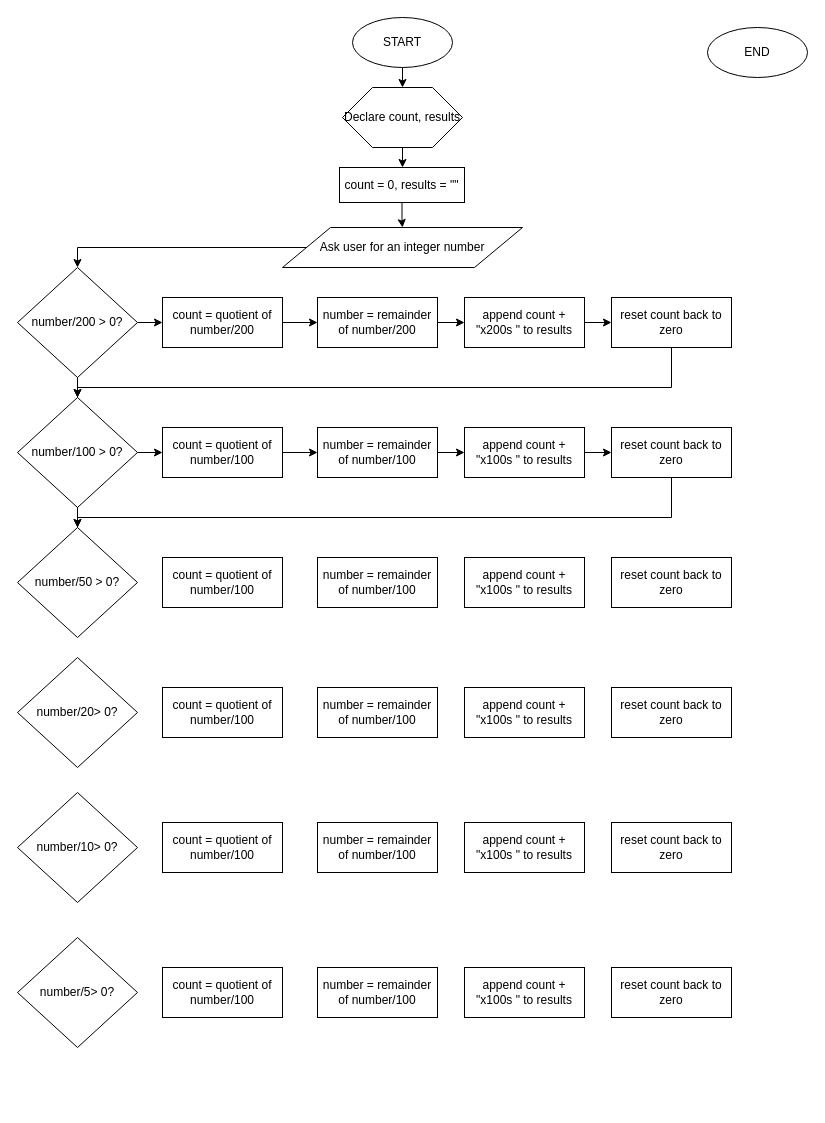
jestoy0514/JestoyProjects keeps this draw.io diagram as Untitled Diagram.drawio. Above is the earlier version. Source tidied: cells renumbered, new cells numbered last; positions are measured from the earlier drawing's top-left corner, leaving out a move shared by most shapes. Both pictures are drawn from the tidied source at 100%, with x=0, y=0 at pixel (17, 17).
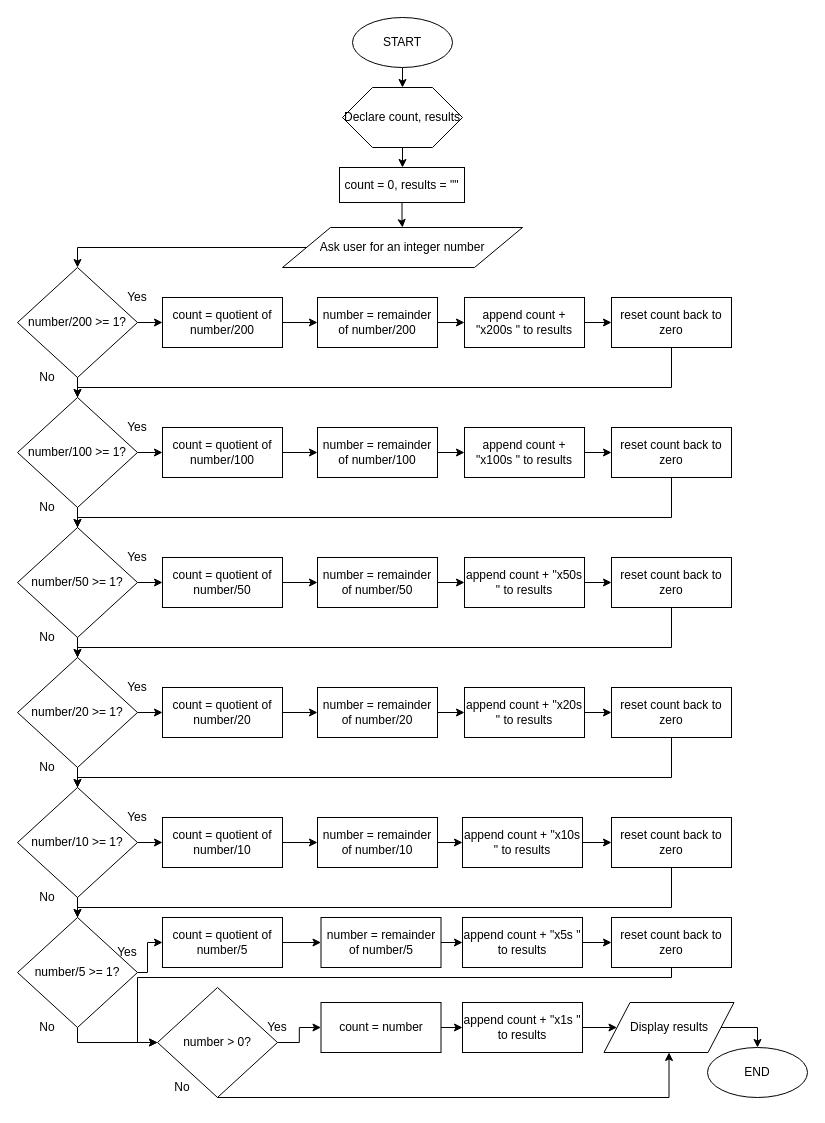
The same diagram, later.

The change refers to these unchanged cells:
```xml
<mxCell id="40" value="reset count back to zero" style="rounded=0;whiteSpace=wrap;html=1;" parent="1" vertex="1">
  <mxGeometry x="594" y="540" width="120" height="50" as="geometry" />
</mxCell>
<mxCell id="44" value="reset count back to zero" style="rounded=0;whiteSpace=wrap;html=1;" parent="1" vertex="1">
  <mxGeometry x="594" y="670" width="120" height="50" as="geometry" />
</mxCell>
```

The edit, as a diff of the source:
```diff
@@
     <mxCell id="4" value="END" style="ellipse;whiteSpace=wrap;html=1;" parent="1" vertex="1">
-      <mxGeometry x="690" y="10" width="100" height="50" as="geometry" />
+      <mxGeometry x="690" y="1030" width="100" height="50" as="geometry" />
     </mxCell>
@@
-    <mxCell id="13" value="number/200 &amp;gt; 0?" style="rhombus;whiteSpace=wrap;html=1;" parent="1" vertex="1">
+    <mxCell id="13" value="number/200 &amp;gt;= 1?" style="rhombus;whiteSpace=wrap;html=1;" parent="1" vertex="1">
       <mxGeometry y="250" width="120" height="110" as="geometry" />
     </mxCell>
@@
-    <mxCell id="16" value="number/100 &amp;gt; 0?" style="rhombus;whiteSpace=wrap;html=1;" parent="1" vertex="1">
+    <mxCell id="16" value="number/100 &amp;gt;= 1?" style="rhombus;whiteSpace=wrap;html=1;" parent="1" vertex="1">
       <mxGeometry y="380" width="120" height="110" as="geometry" />
     </mxCell>
+    <mxCell id="53" style="edgeStyle=orthogonalEdgeStyle;rounded=0;jettySize=auto;html=1;entryX=0.5;entryY=0;entryDx=0;entryDy=0;" parent="1" edge="1" source="17" target="18">
+      <mxGeometry relative="1" as="geometry" />
+    </mxCell>
+    <mxCell id="54" style="edgeStyle=orthogonalEdgeStyle;rounded=0;jettySize=auto;html=1;entryX=0;entryY=0.5;entryDx=0;entryDy=0;" parent="1" edge="1" source="17" target="37">
+      <mxGeometry relative="1" as="geometry" />
+    </mxCell>
-    <mxCell id="17" value="number/50 &amp;gt; 0?" style="rhombus;whiteSpace=wrap;html=1;" parent="1" vertex="1">
+    <mxCell id="17" value="number/50 &amp;gt;= 1?" style="rhombus;whiteSpace=wrap;html=1;" parent="1" vertex="1">
       <mxGeometry y="510" width="120" height="110" as="geometry" />
     </mxCell>
+    <mxCell id="55" style="edgeStyle=orthogonalEdgeStyle;rounded=0;jettySize=auto;html=1;entryX=0.5;entryY=0;entryDx=0;entryDy=0;" parent="1" edge="1" source="18" target="19">
+      <mxGeometry relative="1" as="geometry" />
+    </mxCell>
+    <mxCell id="56" style="edgeStyle=orthogonalEdgeStyle;rounded=0;jettySize=auto;html=1;entryX=0;entryY=0.5;entryDx=0;entryDy=0;" parent="1" edge="1" source="18" target="41">
+      <mxGeometry relative="1" as="geometry" />
+    </mxCell>
-    <mxCell id="18" value="number/20&amp;gt; 0?" style="rhombus;whiteSpace=wrap;html=1;" parent="1" vertex="1">
+    <mxCell id="18" value="number/20 &amp;gt;= 1?" style="rhombus;whiteSpace=wrap;html=1;" parent="1" vertex="1">
       <mxGeometry y="640" width="120" height="110" as="geometry" />
     </mxCell>
+    <mxCell id="57" style="edgeStyle=orthogonalEdgeStyle;rounded=0;jettySize=auto;html=1;entryX=0;entryY=0.5;entryDx=0;entryDy=0;" parent="1" edge="1" source="19" target="45">
+      <mxGeometry relative="1" as="geometry" />
+    </mxCell>
+    <mxCell id="58" style="edgeStyle=orthogonalEdgeStyle;rounded=0;jettySize=auto;html=1;entryX=0.5;entryY=0;entryDx=0;entryDy=0;" parent="1" edge="1" source="19" target="20">
+      <mxGeometry relative="1" as="geometry" />
+    </mxCell>
-    <mxCell id="19" value="number/10&amp;gt; 0?" style="rhombus;whiteSpace=wrap;html=1;" parent="1" vertex="1">
-      <mxGeometry y="775" width="120" height="110" as="geometry" />
+    <mxCell id="19" value="number/10 &amp;gt;= 1?" style="rhombus;whiteSpace=wrap;html=1;" parent="1" vertex="1">
+      <mxGeometry y="770" width="120" height="110" as="geometry" />
     </mxCell>
+    <mxCell id="59" style="edgeStyle=orthogonalEdgeStyle;rounded=0;jettySize=auto;html=1;entryX=0;entryY=0.5;entryDx=0;entryDy=0;" parent="1" edge="1" source="20" target="49">
+      <mxGeometry relative="1" as="geometry">
+        <Array as="points">
+          <mxPoint x="130" y="955" />
+          <mxPoint x="130" y="925" />
+        </Array>
+      </mxGeometry>
+    </mxCell>
+    <mxCell id="60" style="edgeStyle=orthogonalEdgeStyle;rounded=0;jettySize=auto;html=1;entryX=0;entryY=0.5;entryDx=0;entryDy=0;" parent="1" edge="1" source="20" target="85">
+      <mxGeometry relative="1" as="geometry">
+        <Array as="points">
+          <mxPoint x="60" y="1025" />
+        </Array>
+      </mxGeometry>
+    </mxCell>
-    <mxCell id="20" value="number/5&amp;gt; 0?" style="rhombus;whiteSpace=wrap;html=1;" parent="1" vertex="1">
-      <mxGeometry y="920" width="120" height="110" as="geometry" />
+    <mxCell id="20" value="number/5 &amp;gt;= 1?" style="rhombus;whiteSpace=wrap;html=1;" parent="1" vertex="1">
+      <mxGeometry y="900" width="120" height="110" as="geometry" />
     </mxCell>
@@
+    <mxCell id="61" style="edgeStyle=orthogonalEdgeStyle;rounded=0;jettySize=auto;html=1;entryX=0;entryY=0.5;entryDx=0;entryDy=0;" parent="1" edge="1" source="37" target="38">
+      <mxGeometry relative="1" as="geometry" />
+    </mxCell>
-    <mxCell id="37" value="count = quotient of number/100" style="rounded=0;whiteSpace=wrap;html=1;" parent="1" vertex="1">
+    <mxCell id="37" value="count = quotient of number/50" style="rounded=0;whiteSpace=wrap;html=1;" parent="1" vertex="1">
       <mxGeometry x="145" y="540" width="120" height="50" as="geometry" />
     </mxCell>
+    <mxCell id="62" style="edgeStyle=orthogonalEdgeStyle;rounded=0;jettySize=auto;html=1;entryX=0;entryY=0.5;entryDx=0;entryDy=0;" parent="1" edge="1" source="38" target="39">
+      <mxGeometry relative="1" as="geometry" />
+    </mxCell>
-    <mxCell id="38" value="number = remainder of number/100" style="rounded=0;whiteSpace=wrap;html=1;" parent="1" vertex="1">
+    <mxCell id="38" value="number = remainder of number/50" style="rounded=0;whiteSpace=wrap;html=1;" parent="1" vertex="1">
       <mxGeometry x="300" y="540" width="120" height="50" as="geometry" />
     </mxCell>
+    <mxCell id="63" style="edgeStyle=orthogonalEdgeStyle;rounded=0;jettySize=auto;html=1;entryX=0;entryY=0.5;entryDx=0;entryDy=0;" parent="1" edge="1" source="39" target="40">
+      <mxGeometry relative="1" as="geometry" />
+    </mxCell>
-    <mxCell id="39" value="append count + &quot;x100s &quot; to results" style="rounded=0;whiteSpace=wrap;html=1;" parent="1" vertex="1">
+    <mxCell id="39" value="append count + &quot;x50s &quot; to results" style="rounded=0;whiteSpace=wrap;html=1;" parent="1" vertex="1">
       <mxGeometry x="447" y="540" width="120" height="50" as="geometry" />
     </mxCell>
+    <mxCell id="64" style="edgeStyle=orthogonalEdgeStyle;rounded=0;jettySize=auto;html=1;" parent="1" edge="1" source="40" target="18">
+      <mxGeometry relative="1" as="geometry">
+        <Array as="points">
+          <mxPoint x="654" y="630" />
+          <mxPoint x="60" y="630" />
+        </Array>
+      </mxGeometry>
+    </mxCell>
@@
+    <mxCell id="65" style="edgeStyle=orthogonalEdgeStyle;rounded=0;jettySize=auto;html=1;entryX=0;entryY=0.5;entryDx=0;entryDy=0;" parent="1" edge="1" source="41" target="42">
+      <mxGeometry relative="1" as="geometry" />
+    </mxCell>
-    <mxCell id="41" value="count = quotient of number/100" style="rounded=0;whiteSpace=wrap;html=1;" parent="1" vertex="1">
+    <mxCell id="41" value="count = quotient of number/20" style="rounded=0;whiteSpace=wrap;html=1;" parent="1" vertex="1">
       <mxGeometry x="145" y="670" width="120" height="50" as="geometry" />
     </mxCell>
+    <mxCell id="66" style="edgeStyle=orthogonalEdgeStyle;rounded=0;jettySize=auto;html=1;entryX=0;entryY=0.5;entryDx=0;entryDy=0;" parent="1" edge="1" source="42" target="43">
+      <mxGeometry relative="1" as="geometry" />
+    </mxCell>
-    <mxCell id="42" value="number = remainder of number/100" style="rounded=0;whiteSpace=wrap;html=1;" parent="1" vertex="1">
+    <mxCell id="42" value="number = remainder of number/20" style="rounded=0;whiteSpace=wrap;html=1;" parent="1" vertex="1">
       <mxGeometry x="300" y="670" width="120" height="50" as="geometry" />
     </mxCell>
+    <mxCell id="67" style="edgeStyle=orthogonalEdgeStyle;rounded=0;jettySize=auto;html=1;entryX=0;entryY=0.5;entryDx=0;entryDy=0;" parent="1" edge="1" source="43" target="44">
+      <mxGeometry relative="1" as="geometry" />
+    </mxCell>
-    <mxCell id="43" value="append count + &quot;x100s &quot; to results" style="rounded=0;whiteSpace=wrap;html=1;" parent="1" vertex="1">
+    <mxCell id="43" value="append count + &quot;x20s &quot; to results" style="rounded=0;whiteSpace=wrap;html=1;" parent="1" vertex="1">
       <mxGeometry x="447" y="670" width="120" height="50" as="geometry" />
     </mxCell>
+    <mxCell id="68" style="edgeStyle=orthogonalEdgeStyle;rounded=0;jettySize=auto;html=1;entryX=0.5;entryY=0;entryDx=0;entryDy=0;" parent="1" edge="1" source="44" target="19">
+      <mxGeometry relative="1" as="geometry">
+        <Array as="points">
+          <mxPoint x="654" y="760" />
+          <mxPoint x="60" y="760" />
+        </Array>
+      </mxGeometry>
+    </mxCell>
@@
+    <mxCell id="69" style="edgeStyle=orthogonalEdgeStyle;rounded=0;jettySize=auto;html=1;entryX=0;entryY=0.5;entryDx=0;entryDy=0;" parent="1" edge="1" source="45" target="46">
+      <mxGeometry relative="1" as="geometry" />
+    </mxCell>
-    <mxCell id="45" value="count = quotient of number/100" style="rounded=0;whiteSpace=wrap;html=1;" parent="1" vertex="1">
-      <mxGeometry x="145" y="805" width="120" height="50" as="geometry" />
+    <mxCell id="45" value="count = quotient of number/10" style="rounded=0;whiteSpace=wrap;html=1;" parent="1" vertex="1">
+      <mxGeometry x="145" y="800" width="120" height="50" as="geometry" />
     </mxCell>
+    <mxCell id="70" style="edgeStyle=orthogonalEdgeStyle;rounded=0;jettySize=auto;html=1;entryX=0;entryY=0.5;entryDx=0;entryDy=0;" parent="1" edge="1" source="46" target="47">
+      <mxGeometry relative="1" as="geometry" />
+    </mxCell>
-    <mxCell id="46" value="number = remainder of number/100" style="rounded=0;whiteSpace=wrap;html=1;" parent="1" vertex="1">
-      <mxGeometry x="300" y="805" width="120" height="50" as="geometry" />
+    <mxCell id="46" value="number = remainder of number/10" style="rounded=0;whiteSpace=wrap;html=1;" parent="1" vertex="1">
+      <mxGeometry x="300" y="800" width="120" height="50" as="geometry" />
     </mxCell>
+    <mxCell id="71" style="edgeStyle=orthogonalEdgeStyle;rounded=0;jettySize=auto;html=1;entryX=0;entryY=0.5;entryDx=0;entryDy=0;" parent="1" edge="1" source="47" target="48">
+      <mxGeometry relative="1" as="geometry" />
+    </mxCell>
-    <mxCell id="47" value="append count + &quot;x100s &quot; to results" style="rounded=0;whiteSpace=wrap;html=1;" parent="1" vertex="1">
-      <mxGeometry x="447" y="805" width="120" height="50" as="geometry" />
+    <mxCell id="47" value="append count + &quot;x10s &quot; to results" style="rounded=0;whiteSpace=wrap;html=1;" parent="1" vertex="1">
+      <mxGeometry x="445" y="800" width="120" height="50" as="geometry" />
     </mxCell>
+    <mxCell id="72" style="edgeStyle=orthogonalEdgeStyle;rounded=0;jettySize=auto;html=1;entryX=0.5;entryY=0;entryDx=0;entryDy=0;" parent="1" edge="1" source="48" target="20">
+      <mxGeometry relative="1" as="geometry">
+        <Array as="points">
+          <mxPoint x="654" y="890" />
+          <mxPoint x="60" y="890" />
+        </Array>
+      </mxGeometry>
+    </mxCell>
     <mxCell id="48" value="reset count back to zero" style="rounded=0;whiteSpace=wrap;html=1;" parent="1" vertex="1">
-      <mxGeometry x="594" y="805" width="120" height="50" as="geometry" />
+      <mxGeometry x="594" y="800" width="120" height="50" as="geometry" />
     </mxCell>
+    <mxCell id="73" style="edgeStyle=orthogonalEdgeStyle;rounded=0;jettySize=auto;html=1;entryX=0;entryY=0.5;entryDx=0;entryDy=0;" parent="1" edge="1" source="49" target="50">
+      <mxGeometry relative="1" as="geometry" />
+    </mxCell>
-    <mxCell id="49" value="count = quotient of number/100" style="rounded=0;whiteSpace=wrap;html=1;" parent="1" vertex="1">
-      <mxGeometry x="145" y="950" width="120" height="50" as="geometry" />
+    <mxCell id="49" value="count = quotient of number/5" style="rounded=0;whiteSpace=wrap;html=1;" parent="1" vertex="1">
+      <mxGeometry x="145" y="900" width="120" height="50" as="geometry" />
     </mxCell>
+    <mxCell id="74" style="edgeStyle=orthogonalEdgeStyle;rounded=0;jettySize=auto;html=1;entryX=0;entryY=0.5;entryDx=0;entryDy=0;" parent="1" edge="1" source="50" target="51">
+      <mxGeometry relative="1" as="geometry" />
+    </mxCell>
-    <mxCell id="50" value="number = remainder of number/100" style="rounded=0;whiteSpace=wrap;html=1;" parent="1" vertex="1">
-      <mxGeometry x="300" y="950" width="120" height="50" as="geometry" />
+    <mxCell id="50" value="number = remainder of number/5" style="rounded=0;whiteSpace=wrap;html=1;" parent="1" vertex="1">
+      <mxGeometry x="303.5" y="900" width="120" height="50" as="geometry" />
     </mxCell>
+    <mxCell id="75" style="edgeStyle=orthogonalEdgeStyle;rounded=0;jettySize=auto;html=1;" parent="1" edge="1" source="51" target="52">
+      <mxGeometry relative="1" as="geometry" />
+    </mxCell>
-    <mxCell id="51" value="append count + &quot;x100s &quot; to results" style="rounded=0;whiteSpace=wrap;html=1;" parent="1" vertex="1">
-      <mxGeometry x="447" y="950" width="120" height="50" as="geometry" />
+    <mxCell id="51" value="append count + &quot;x5s &quot; to results" style="rounded=0;whiteSpace=wrap;html=1;" parent="1" vertex="1">
+      <mxGeometry x="445" y="900" width="120" height="50" as="geometry" />
     </mxCell>
+    <mxCell id="76" style="edgeStyle=orthogonalEdgeStyle;rounded=0;jettySize=auto;html=1;entryX=0;entryY=0.5;entryDx=0;entryDy=0;" parent="1" edge="1" source="52" target="85">
+      <mxGeometry relative="1" as="geometry">
+        <Array as="points">
+          <mxPoint x="654" y="960" />
+          <mxPoint x="120" y="960" />
+          <mxPoint x="120" y="1025" />
+        </Array>
+      </mxGeometry>
+    </mxCell>
     <mxCell id="52" value="reset count back to zero" style="rounded=0;whiteSpace=wrap;html=1;" parent="1" vertex="1">
-      <mxGeometry x="594" y="950" width="120" height="50" as="geometry" />
+      <mxGeometry x="594" y="900" width="120" height="50" as="geometry" />
     </mxCell>
+    <mxCell id="77" style="edgeStyle=orthogonalEdgeStyle;rounded=0;jettySize=auto;html=1;" parent="1" edge="1" source="78" target="80">
+      <mxGeometry relative="1" as="geometry" />
+    </mxCell>
+    <mxCell id="78" value="count = number" style="rounded=0;whiteSpace=wrap;html=1;" parent="1" vertex="1">
+      <mxGeometry x="303.5" y="985" width="120" height="50" as="geometry" />
+    </mxCell>
+    <mxCell id="79" style="edgeStyle=orthogonalEdgeStyle;rounded=0;jettySize=auto;html=1;entryX=0;entryY=0.5;entryDx=0;entryDy=0;" parent="1" edge="1" source="80" target="82">
+      <mxGeometry relative="1" as="geometry" />
+    </mxCell>
+    <mxCell id="80" value="append count + &quot;x1s &quot; to results" style="rounded=0;whiteSpace=wrap;html=1;" parent="1" vertex="1">
+      <mxGeometry x="445" y="985" width="120" height="50" as="geometry" />
+    </mxCell>
+    <mxCell id="81" style="edgeStyle=orthogonalEdgeStyle;rounded=0;jettySize=auto;html=1;entryX=0.5;entryY=0;entryDx=0;entryDy=0;" parent="1" edge="1" source="82" target="4">
+      <mxGeometry relative="1" as="geometry">
+        <Array as="points">
+          <mxPoint x="740" y="1010" />
+        </Array>
+      </mxGeometry>
+    </mxCell>
+    <mxCell id="82" value="Display results" style="shape=parallelogram;perimeter=parallelogramPerimeter;whiteSpace=wrap;html=1;" parent="1" vertex="1">
+      <mxGeometry x="586.5" y="985" width="130" height="50" as="geometry" />
+    </mxCell>
+    <mxCell id="83" style="edgeStyle=orthogonalEdgeStyle;rounded=0;jettySize=auto;html=1;entryX=0;entryY=0.5;entryDx=0;entryDy=0;" parent="1" edge="1" source="85" target="78">
+      <mxGeometry relative="1" as="geometry" />
+    </mxCell>
+    <mxCell id="84" style="edgeStyle=orthogonalEdgeStyle;rounded=0;jettySize=auto;html=1;entryX=0.5;entryY=1;entryDx=0;entryDy=0;" parent="1" edge="1" source="85" target="82">
+      <mxGeometry relative="1" as="geometry">
+        <Array as="points">
+          <mxPoint x="652" y="1080" />
+        </Array>
+      </mxGeometry>
+    </mxCell>
+    <mxCell id="85" value="number &amp;gt; 0?" style="rhombus;whiteSpace=wrap;html=1;" parent="1" vertex="1">
+      <mxGeometry x="140" y="970" width="120" height="110" as="geometry" />
+    </mxCell>
+    <mxCell id="86" value="Yes" style="text;html=1;strokeColor=none;fillColor=none;align=center;verticalAlign=middle;whiteSpace=wrap;rounded=0;" parent="1" vertex="1">
+      <mxGeometry x="100" y="270" width="40" height="20" as="geometry" />
+    </mxCell>
+    <mxCell id="87" value="No" style="text;html=1;strokeColor=none;fillColor=none;align=center;verticalAlign=middle;whiteSpace=wrap;rounded=0;" parent="1" vertex="1">
+      <mxGeometry x="10" y="350" width="40" height="20" as="geometry" />
+    </mxCell>
+    <mxCell id="88" value="No" style="text;html=1;strokeColor=none;fillColor=none;align=center;verticalAlign=middle;whiteSpace=wrap;rounded=0;" parent="1" vertex="1">
+      <mxGeometry x="10" y="480" width="40" height="20" as="geometry" />
+    </mxCell>
+    <mxCell id="89" value="No" style="text;html=1;strokeColor=none;fillColor=none;align=center;verticalAlign=middle;whiteSpace=wrap;rounded=0;" parent="1" vertex="1">
+      <mxGeometry x="10" y="610" width="40" height="20" as="geometry" />
+    </mxCell>
+    <mxCell id="90" value="No" style="text;html=1;strokeColor=none;fillColor=none;align=center;verticalAlign=middle;whiteSpace=wrap;rounded=0;" parent="1" vertex="1">
+      <mxGeometry x="10" y="740" width="40" height="20" as="geometry" />
+    </mxCell>
+    <mxCell id="91" value="No" style="text;html=1;strokeColor=none;fillColor=none;align=center;verticalAlign=middle;whiteSpace=wrap;rounded=0;" parent="1" vertex="1">
+      <mxGeometry x="10" y="870" width="40" height="20" as="geometry" />
+    </mxCell>
+    <mxCell id="92" value="No" style="text;html=1;strokeColor=none;fillColor=none;align=center;verticalAlign=middle;whiteSpace=wrap;rounded=0;" parent="1" vertex="1">
+      <mxGeometry x="10" y="1000" width="40" height="20" as="geometry" />
+    </mxCell>
+    <mxCell id="93" value="No" style="text;html=1;strokeColor=none;fillColor=none;align=center;verticalAlign=middle;whiteSpace=wrap;rounded=0;" parent="1" vertex="1">
+      <mxGeometry x="145" y="1060" width="40" height="20" as="geometry" />
+    </mxCell>
+    <mxCell id="94" value="Yes" style="text;html=1;strokeColor=none;fillColor=none;align=center;verticalAlign=middle;whiteSpace=wrap;rounded=0;" parent="1" vertex="1">
+      <mxGeometry x="100" y="400" width="40" height="20" as="geometry" />
+    </mxCell>
+    <mxCell id="95" value="Yes" style="text;html=1;strokeColor=none;fillColor=none;align=center;verticalAlign=middle;whiteSpace=wrap;rounded=0;" parent="1" vertex="1">
+      <mxGeometry x="100" y="530" width="40" height="20" as="geometry" />
+    </mxCell>
+    <mxCell id="96" value="Yes" style="text;html=1;strokeColor=none;fillColor=none;align=center;verticalAlign=middle;whiteSpace=wrap;rounded=0;" parent="1" vertex="1">
+      <mxGeometry x="100" y="660" width="40" height="20" as="geometry" />
+    </mxCell>
+    <mxCell id="97" value="Yes" style="text;html=1;strokeColor=none;fillColor=none;align=center;verticalAlign=middle;whiteSpace=wrap;rounded=0;" parent="1" vertex="1">
+      <mxGeometry x="100" y="790" width="40" height="20" as="geometry" />
+    </mxCell>
+    <mxCell id="98" value="Yes" style="text;html=1;strokeColor=none;fillColor=none;align=center;verticalAlign=middle;whiteSpace=wrap;rounded=0;" parent="1" vertex="1">
+      <mxGeometry x="90" y="925" width="40" height="20" as="geometry" />
+    </mxCell>
+    <mxCell id="99" value="Yes" style="text;html=1;strokeColor=none;fillColor=none;align=center;verticalAlign=middle;whiteSpace=wrap;rounded=0;" parent="1" vertex="1">
+      <mxGeometry x="240" y="1000" width="40" height="20" as="geometry" />
+    </mxCell>
```
